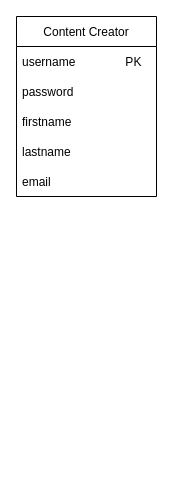
The draw.io diagram diagrams/DatabaseDesign.drawio in jadhamwi31/cc_productivity_and_marketing_kit, before the edit. Source tidied: cells renumbered, new cells numbered last; positions are measured from the earlier drawing's top-left corner, leaving out a move shared by most shapes. Both pictures are drawn from the tidied source at 100%, with x=0, y=0 at pixel (16, 16).
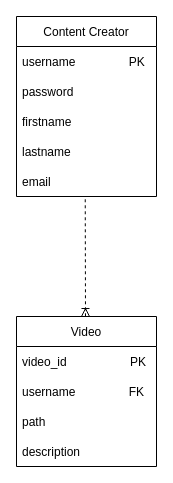
The same diagram, later.

Diff of the diagram source:
```diff
@@
 <mxGraphModel>
   <root>
     <mxCell id="0" />
     <mxCell id="1" parent="0" />
     <mxCell id="2" value="Content Creator" style="swimlane;fontStyle=0;horizontal=1;startSize=30;" parent="1" vertex="1">
       <mxGeometry width="140" height="180" as="geometry" />
     </mxCell>
-    <mxCell id="3" value="username               PK" style="text;strokeColor=none;fillColor=none;align=left;verticalAlign=middle;spacingLeft=4;spacingRight=4;overflow=hidden;" parent="2" vertex="1">
+    <mxCell id="3" value="username                PK" style="text;strokeColor=none;fillColor=none;align=left;verticalAlign=middle;spacingLeft=4;spacingRight=4;overflow=hidden;" parent="2" vertex="1">
       <mxGeometry y="30" width="140" height="30" as="geometry" />
     </mxCell>
     <mxCell id="4" value="password                " style="text;strokeColor=none;fillColor=none;align=left;verticalAlign=middle;spacingLeft=4;spacingRight=4;overflow=hidden;" parent="2" vertex="1">
       <mxGeometry y="60" width="140" height="30" as="geometry" />
     </mxCell>
     <mxCell id="5" value="firstname                " style="text;strokeColor=none;fillColor=none;align=left;verticalAlign=middle;spacingLeft=4;spacingRight=4;overflow=hidden;" parent="2" vertex="1">
       <mxGeometry y="90" width="140" height="30" as="geometry" />
     </mxCell>
     <mxCell id="6" value="lastname" style="text;strokeColor=none;fillColor=none;align=left;verticalAlign=middle;spacingLeft=4;spacingRight=4;overflow=hidden;" parent="2" vertex="1">
       <mxGeometry y="120" width="140" height="30" as="geometry" />
     </mxCell>
     <mxCell id="7" value="email" style="text;strokeColor=none;fillColor=none;align=left;verticalAlign=middle;spacingLeft=4;spacingRight=4;overflow=hidden;points=[[0,0.5],[1,0.5]];portConstraint=eastwest;" parent="2" vertex="1">
       <mxGeometry y="150" width="140" height="30" as="geometry" />
     </mxCell>
+    <mxCell id="8" value="Video" style="swimlane;fontStyle=0;horizontal=1;startSize=30;" parent="1" vertex="1">
+      <mxGeometry y="300" width="140" height="150" as="geometry" />
+    </mxCell>
+    <mxCell id="9" value="video_id                   PK" style="text;strokeColor=none;fillColor=none;align=left;verticalAlign=middle;spacingLeft=4;spacingRight=4;overflow=hidden;" parent="8" vertex="1">
+      <mxGeometry y="30" width="140" height="30" as="geometry" />
+    </mxCell>
+    <mxCell id="10" value="username                FK" style="text;strokeColor=none;fillColor=none;align=left;verticalAlign=middle;spacingLeft=4;spacingRight=4;overflow=hidden;" parent="8" vertex="1">
+      <mxGeometry y="60" width="140" height="30" as="geometry" />
+    </mxCell>
+    <mxCell id="11" value="path" style="text;strokeColor=none;fillColor=none;align=left;verticalAlign=middle;spacingLeft=4;spacingRight=4;overflow=hidden;" parent="8" vertex="1">
+      <mxGeometry y="90" width="140" height="30" as="geometry" />
+    </mxCell>
+    <mxCell id="12" value="description" style="text;strokeColor=none;fillColor=none;align=left;verticalAlign=middle;spacingLeft=4;spacingRight=4;overflow=hidden;" parent="8" vertex="1">
+      <mxGeometry y="120" width="140" height="30" as="geometry" />
+    </mxCell>
+    <mxCell id="13" style="fontSize=12;html=1;endArrow=ERoneToMany;rounded=0;dashed=1;exitX=0.491;exitY=1.093;exitDx=0;exitDy=0;exitPerimeter=0;" parent="1" edge="1" source="7">
+      <mxGeometry relative="1" as="geometry">
+        <mxPoint x="69" y="300" as="targetPoint" />
+      </mxGeometry>
+    </mxCell>
   </root>
 </mxGraphModel>
```
